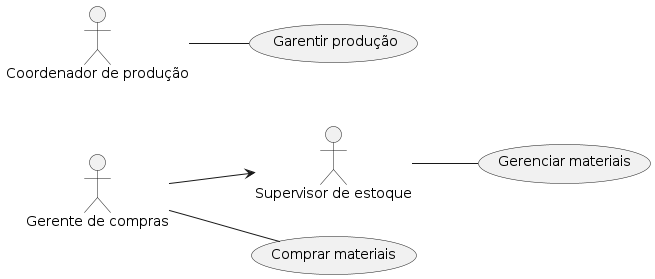
Above: deliciagourmet.png in Lucknerjoseph/eng1 (PlantUML), before the change.
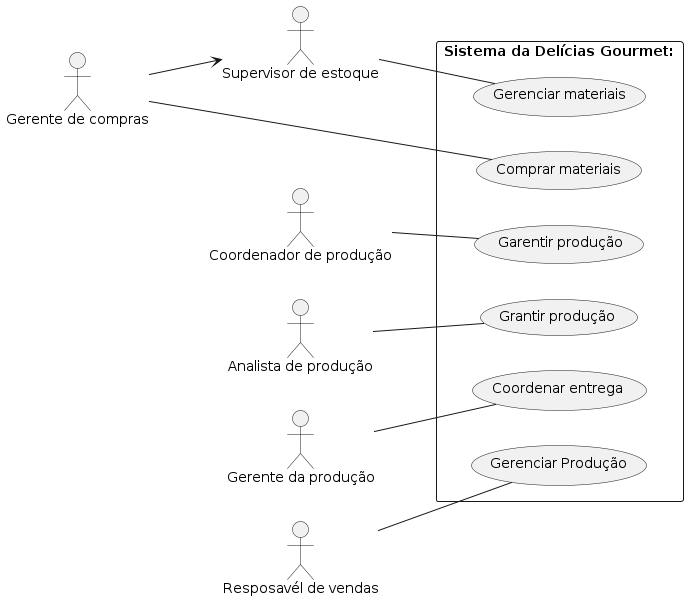
The same diagram one commit later.

Change to the diagram source:
```diff
@@ -3,16 +3,27 @@
 actor "Gerente de compras" as GC
 actor "Supervisor de estoque" as SE
 actor "Coordenador de produção" as CP
+actor "Analista de produção"  as  AP
+actor "Gerente da produção" as GP
+actor "Resposavél de vendas" as   RV
 
+rectangle "Sistema da Delícias Gourmet:"{
 usecase "Comprar materiais" as UC1
 usecase "Gerenciar materiais" as UC2
 USECASE " Garentir produção" as Uc3
-
+USECASE "Grantir produção"  as Uc4
+USECASE "Coordenar entrega " as Uc5
+USECASE "Gerenciar Produção" as Uc6
+}
 
 GC -- UC1
 SE -- UC2
 GC -->SE
 CP -- Uc3
+AP -- Uc4
+GP -- Uc5
+RV -- Uc6
+
 
 
 @enduml
```
